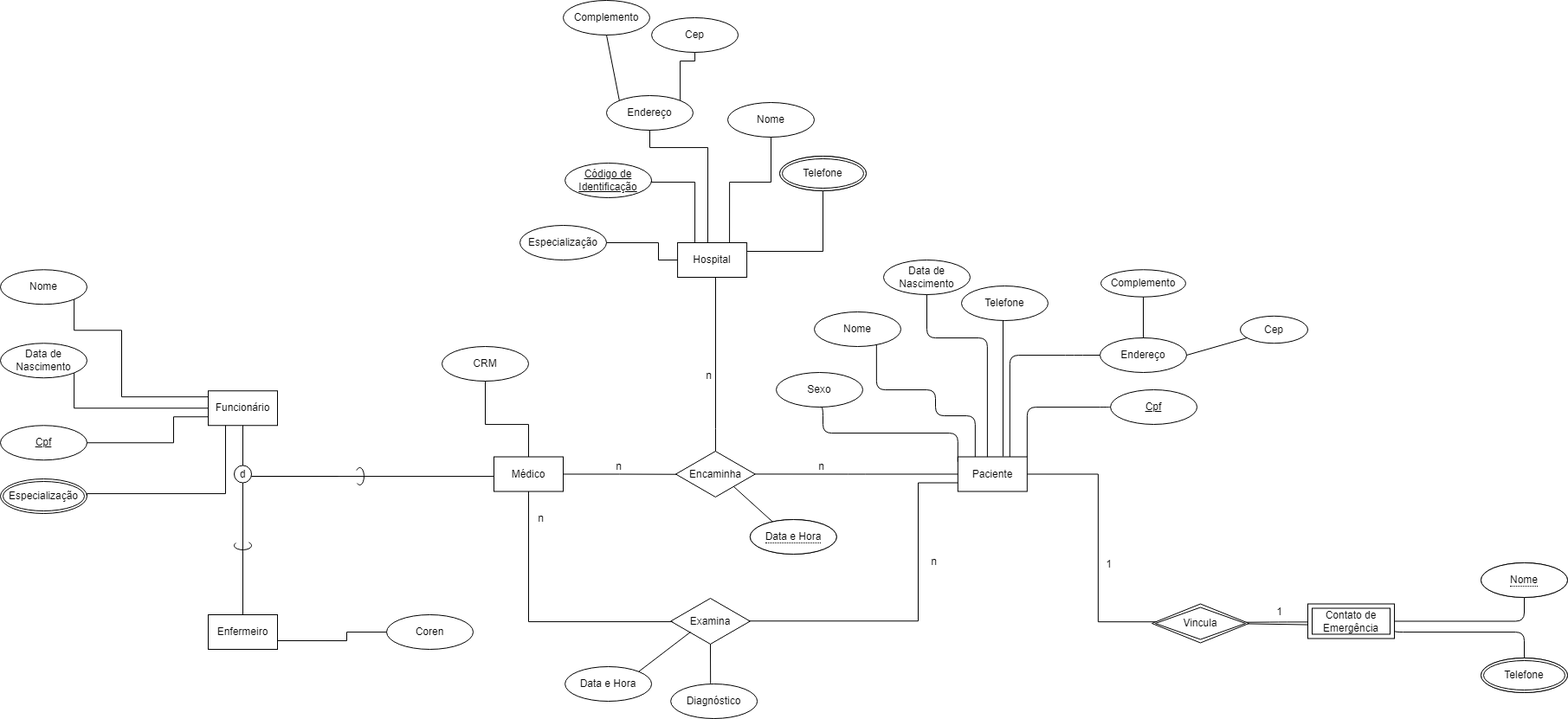
The draw.io diagram av5-av6/NOVO Diagrama ER GDI_V2 - Grupo 5.png in OtavioAugustoOliveira/Projeto-GDI, before a commit. Source tidied: cells renumbered, new cells last; positions are measured from the earlier drawing's top-left corner, leaving out a move shared by most shapes.
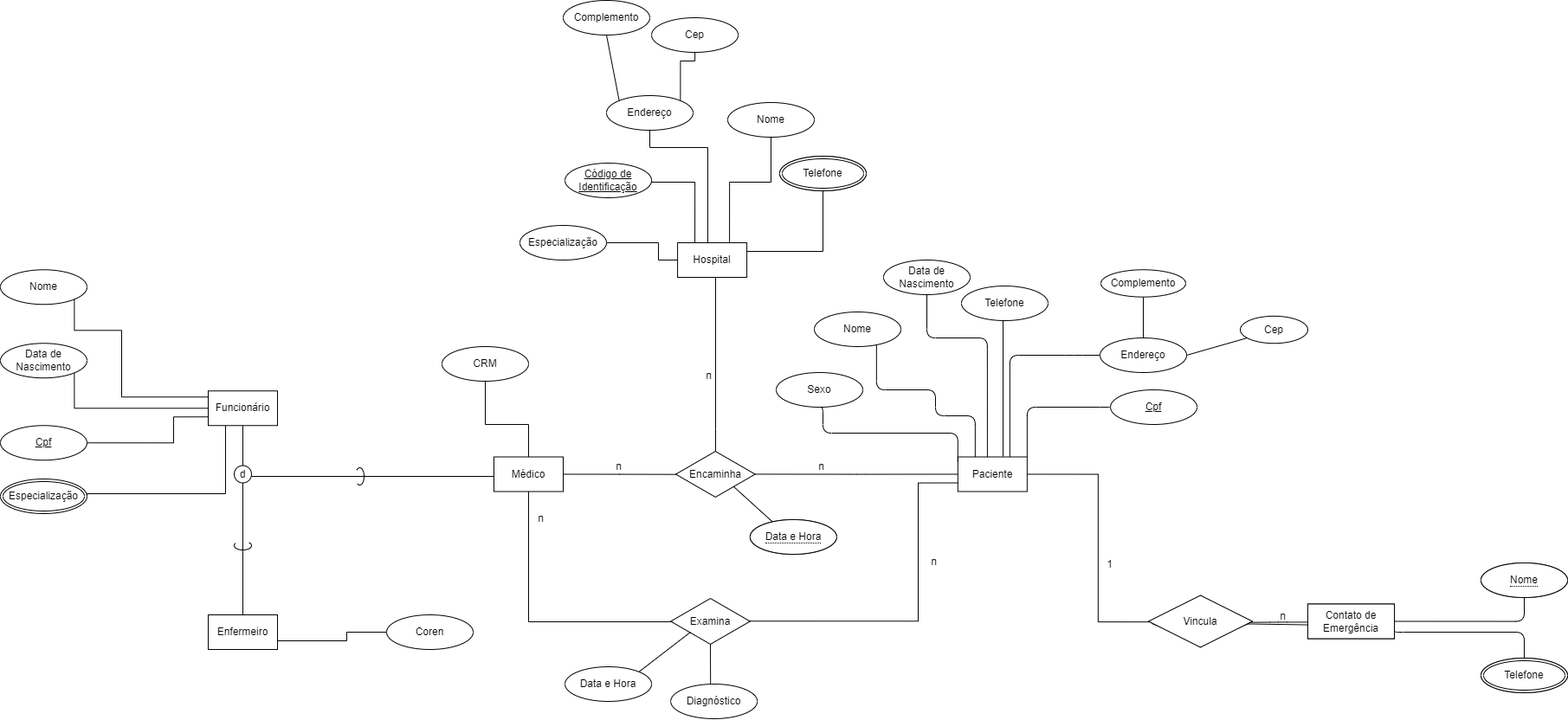
The same diagram one commit later.

Commit message:
corrigindo diagrama

Change to the diagram source:
```diff
@@ -222,9 +222,9 @@
     <mxCell id="45" value="Contato de Emergência" style="shape=ext;margin=3;double=1;whiteSpace=wrap;html=1;align=center;fillColor=default;gradientColor=none;" parent="1" vertex="1">
       <mxGeometry x="1510" y="697.5" width="100" height="40" as="geometry" />
     </mxCell>
-    <mxCell id="46" value="1" style="html=1;align=right;verticalAlign=bottom;fillColor=default;gradientColor=none;" parent="1" vertex="1">
+    <mxCell id="46" value="n" style="html=1;align=right;verticalAlign=bottom;fillColor=default;gradientColor=none;" parent="1" vertex="1">
       <mxGeometry x="1480" y="710" as="geometry">
-        <mxPoint x="1" y="5" as="offset" />
+        <mxPoint x="5" y="10" as="offset" />
       </mxGeometry>
     </mxCell>
     <mxCell id="47" value="Vincula" style="html=1;whiteSpace=wrap;shape=isoRectangle;" parent="1" vertex="1">
@@ -425,5 +425,11 @@
     <mxCell id="91" value="Telefone" style="ellipse;shape=doubleEllipse;margin=3;whiteSpace=wrap;html=1;align=center;" parent="1" vertex="1">
       <mxGeometry x="900" y="180" width="100" height="40" as="geometry" />
     </mxCell>
+    <mxCell id="92" value="Contato de Emergência" style="whiteSpace=wrap;html=1;align=center;" parent="1" vertex="1">
+      <mxGeometry x="1510" y="697.5" width="100" height="40" as="geometry" />
+    </mxCell>
+    <mxCell id="93" value="Vincula" style="shape=rhombus;perimeter=rhombusPerimeter;whiteSpace=wrap;html=1;align=center;" parent="1" vertex="1">
+      <mxGeometry x="1326" y="687.5" width="120" height="60" as="geometry" />
+    </mxCell>
   </root>
 </mxGraphModel>
```
